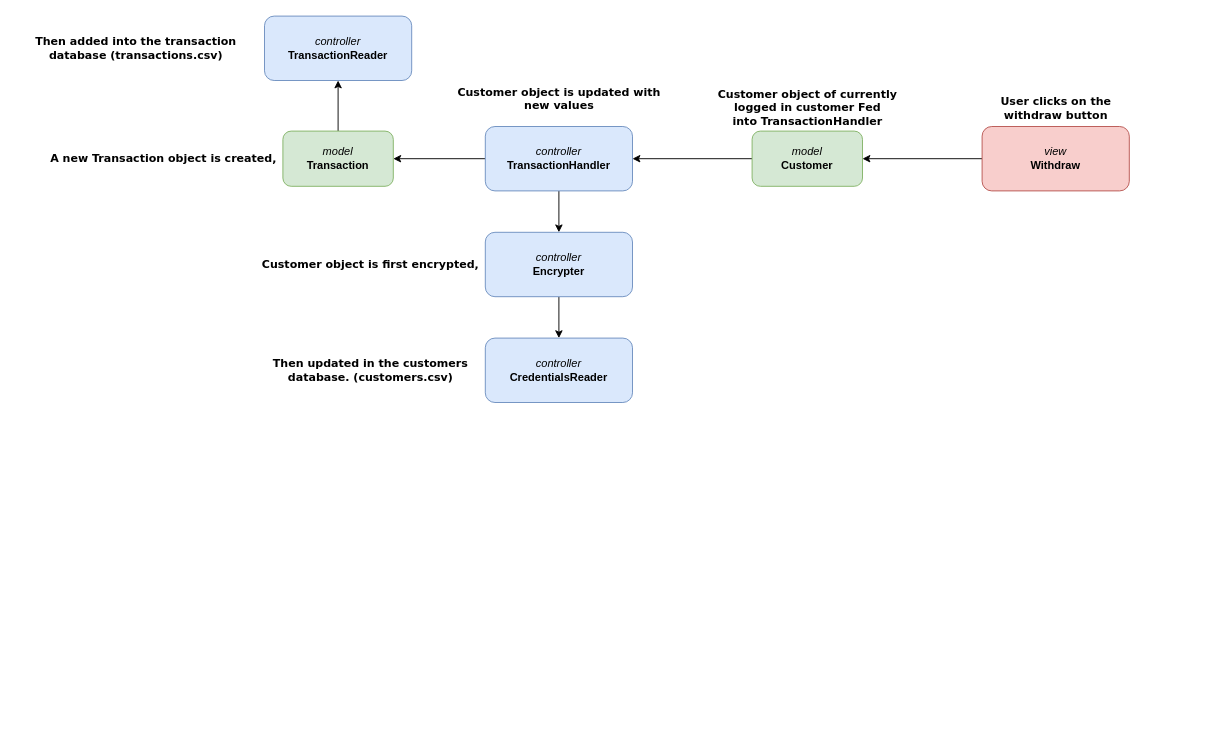
Earlier version of the draw.io diagram page "withdraw" (5 of 5) of data/UML.drawio (rawsashimi1604/1009_BankingSystem). Source tidied: cells renumbered, new cells numbered last; positions are measured from the earlier drawing's top-left corner, leaving out a move shared by most shapes. Both pictures are drawn from the tidied source at 92%, with x=0, y=0 at pixel (29, 16).
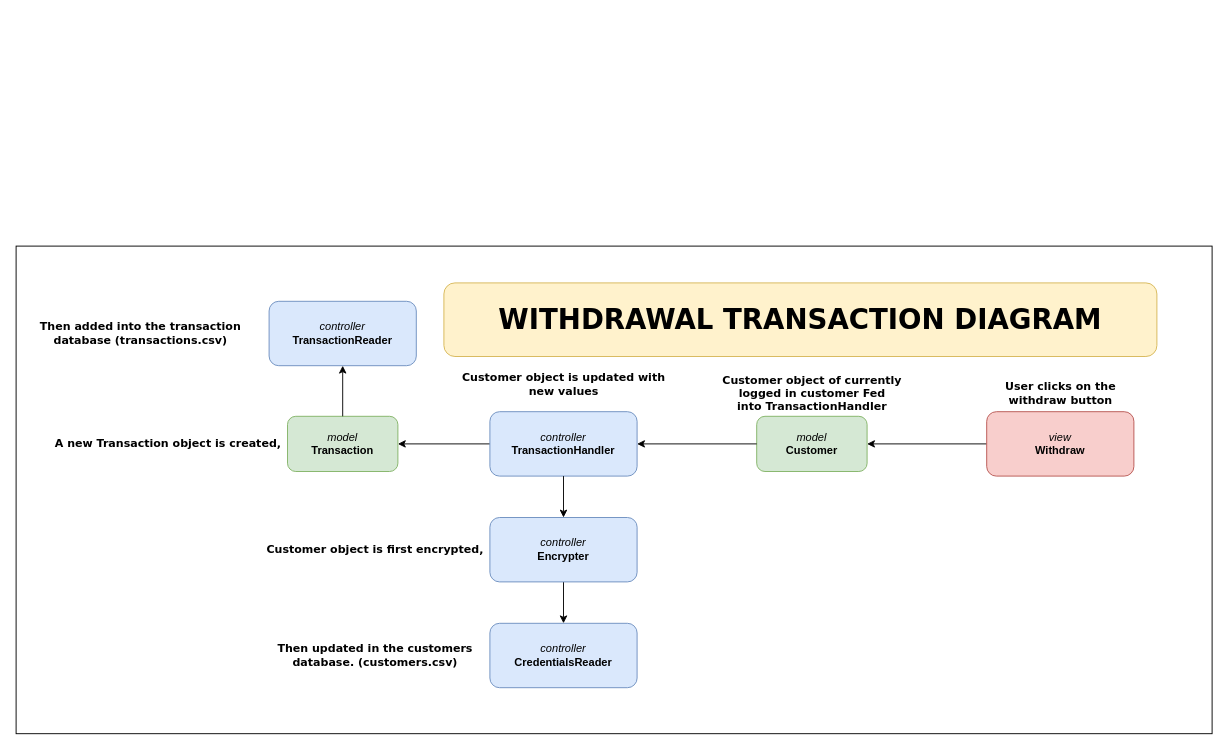
Above is the later version.

Commit message (it also covers changes not shown here):
removed tmp file from UML

The edit, as a diff of the source:
```diff
@@
-    <mxCell id="2" style="edgeStyle=orthogonalEdgeStyle;rounded=0;jettySize=auto;html=1;entryX=1;entryY=0.5;entryDx=0;entryDy=0;fontFamily=Verdana;" parent="1" edge="1" source="3" target="8">
-      <mxGeometry relative="1" as="geometry" />
-    </mxCell>
+    <mxCell id="22" style="group;" parent="1" vertex="1">
+      <mxGeometry x="5" y="290" width="1280" height="490" as="geometry" />
+    </mxCell>
+    <mxCell id="23" style="rounded=0;whiteSpace=wrap;html=1;fontFamily=Verdana;fontSize=30;" parent="22" vertex="1">
+      <mxGeometry x="-20" y="-40" width="1300" height="530" as="geometry" />
+    </mxCell>
+    <mxCell id="24" style="group;" parent="22" vertex="1">
+      <mxGeometry y="20" width="1195" height="420" as="geometry" />
+    </mxCell>
-    <mxCell id="3" value="&lt;i&gt;model&lt;/i&gt;&lt;br&gt;&lt;b&gt;Customer&lt;/b&gt;" style="rounded=1;whiteSpace=wrap;html=1;fillColor=#d5e8d4;strokeColor=#82b366;" parent="1" vertex="1">
+    <mxCell id="3" value="&lt;i&gt;model&lt;/i&gt;&lt;br&gt;&lt;b&gt;Customer&lt;/b&gt;" style="rounded=1;whiteSpace=wrap;html=1;fillColor=#d5e8d4;strokeColor=#82b366;" parent="24" vertex="1">
       <mxGeometry x="785" y="125" width="120" height="60" as="geometry" />
     </mxCell>
-    <mxCell id="4" style="edgeStyle=orthogonalEdgeStyle;rounded=0;jettySize=auto;html=1;entryX=0.5;entryY=1;entryDx=0;entryDy=0;fontFamily=Verdana;" parent="1" edge="1" source="5" target="10">
-      <mxGeometry relative="1" as="geometry" />
-    </mxCell>
-    <mxCell id="5" value="&lt;i&gt;model&lt;/i&gt;&lt;br&gt;&lt;b&gt;Transaction&lt;/b&gt;" style="rounded=1;whiteSpace=wrap;html=1;fillColor=#d5e8d4;strokeColor=#82b366;" parent="1" vertex="1">
+    <mxCell id="5" value="&lt;i&gt;model&lt;/i&gt;&lt;br&gt;&lt;b&gt;Transaction&lt;/b&gt;" style="rounded=1;whiteSpace=wrap;html=1;fillColor=#d5e8d4;strokeColor=#82b366;" parent="24" vertex="1">
       <mxGeometry x="275" y="125" width="120" height="60" as="geometry" />
     </mxCell>
-    <mxCell id="6" style="edgeStyle=orthogonalEdgeStyle;rounded=0;jettySize=auto;html=1;entryX=0.5;entryY=0;entryDx=0;entryDy=0;fontFamily=Verdana;" parent="1" edge="1" source="8" target="12">
-      <mxGeometry relative="1" as="geometry" />
-    </mxCell>
-    <mxCell id="7" style="edgeStyle=orthogonalEdgeStyle;rounded=0;jettySize=auto;html=1;entryX=1;entryY=0.5;entryDx=0;entryDy=0;fontFamily=Verdana;" parent="1" edge="1" source="8" target="5">
+    <mxCell id="7" style="edgeStyle=orthogonalEdgeStyle;rounded=0;jettySize=auto;html=1;entryX=1;entryY=0.5;entryDx=0;entryDy=0;fontFamily=Verdana;" parent="24" edge="1" source="8" target="5">
       <mxGeometry relative="1" as="geometry" />
     </mxCell>
-    <mxCell id="8" value="&lt;i&gt;controller&lt;/i&gt;&lt;br&gt;&lt;b&gt;TransactionHandler&lt;/b&gt;" style="rounded=1;whiteSpace=wrap;html=1;fillColor=#dae8fc;strokeColor=#6c8ebf;" parent="1" vertex="1">
+    <mxCell id="8" value="&lt;i&gt;controller&lt;/i&gt;&lt;br&gt;&lt;b&gt;TransactionHandler&lt;/b&gt;" style="rounded=1;whiteSpace=wrap;html=1;fillColor=#dae8fc;strokeColor=#6c8ebf;" parent="24" vertex="1">
       <mxGeometry x="495" y="120" width="160" height="70" as="geometry" />
     </mxCell>
+    <mxCell id="2" style="edgeStyle=orthogonalEdgeStyle;rounded=0;jettySize=auto;html=1;entryX=1;entryY=0.5;entryDx=0;entryDy=0;fontFamily=Verdana;" parent="24" edge="1" source="3" target="8">
+      <mxGeometry relative="1" as="geometry" />
+    </mxCell>
-    <mxCell id="9" value="&lt;i&gt;controller&lt;/i&gt;&lt;br&gt;&lt;b&gt;CredentialsReader&lt;/b&gt;" style="rounded=1;whiteSpace=wrap;html=1;fillColor=#dae8fc;strokeColor=#6c8ebf;" parent="1" vertex="1">
+    <mxCell id="9" value="&lt;i&gt;controller&lt;/i&gt;&lt;br&gt;&lt;b&gt;CredentialsReader&lt;/b&gt;" style="rounded=1;whiteSpace=wrap;html=1;fillColor=#dae8fc;strokeColor=#6c8ebf;" parent="24" vertex="1">
       <mxGeometry x="495" y="350" width="160" height="70" as="geometry" />
     </mxCell>
-    <mxCell id="10" value="&lt;i&gt;controller&lt;/i&gt;&lt;br&gt;&lt;b&gt;TransactionReader&lt;/b&gt;" style="rounded=1;whiteSpace=wrap;html=1;fillColor=#dae8fc;strokeColor=#6c8ebf;" parent="1" vertex="1">
+    <mxCell id="10" value="&lt;i&gt;controller&lt;/i&gt;&lt;br&gt;&lt;b&gt;TransactionReader&lt;/b&gt;" style="rounded=1;whiteSpace=wrap;html=1;fillColor=#dae8fc;strokeColor=#6c8ebf;" parent="24" vertex="1">
       <mxGeometry x="255" width="160" height="70" as="geometry" />
     </mxCell>
+    <mxCell id="4" style="edgeStyle=orthogonalEdgeStyle;rounded=0;jettySize=auto;html=1;entryX=0.5;entryY=1;entryDx=0;entryDy=0;fontFamily=Verdana;" parent="24" edge="1" source="5" target="10">
+      <mxGeometry relative="1" as="geometry" />
+    </mxCell>
-    <mxCell id="11" style="edgeStyle=orthogonalEdgeStyle;rounded=0;jettySize=auto;html=1;entryX=0.5;entryY=0;entryDx=0;entryDy=0;fontFamily=Verdana;" parent="1" edge="1" source="12" target="9">
+    <mxCell id="11" style="edgeStyle=orthogonalEdgeStyle;rounded=0;jettySize=auto;html=1;entryX=0.5;entryY=0;entryDx=0;entryDy=0;fontFamily=Verdana;" parent="24" edge="1" source="12" target="9">
       <mxGeometry relative="1" as="geometry" />
     </mxCell>
-    <mxCell id="12" value="&lt;i&gt;controller&lt;/i&gt;&lt;br&gt;&lt;b&gt;Encrypter&lt;/b&gt;" style="rounded=1;whiteSpace=wrap;html=1;fillColor=#dae8fc;strokeColor=#6c8ebf;" parent="1" vertex="1">
+    <mxCell id="12" value="&lt;i&gt;controller&lt;/i&gt;&lt;br&gt;&lt;b&gt;Encrypter&lt;/b&gt;" style="rounded=1;whiteSpace=wrap;html=1;fillColor=#dae8fc;strokeColor=#6c8ebf;" parent="24" vertex="1">
       <mxGeometry x="495" y="235" width="160" height="70" as="geometry" />
     </mxCell>
+    <mxCell id="6" style="edgeStyle=orthogonalEdgeStyle;rounded=0;jettySize=auto;html=1;entryX=0.5;entryY=0;entryDx=0;entryDy=0;fontFamily=Verdana;" parent="24" edge="1" source="8" target="12">
+      <mxGeometry relative="1" as="geometry" />
+    </mxCell>
-    <mxCell id="13" style="edgeStyle=orthogonalEdgeStyle;rounded=0;jettySize=auto;html=1;entryX=1;entryY=0.5;entryDx=0;entryDy=0;fontFamily=Verdana;" parent="1" edge="1" source="14" target="3">
+    <mxCell id="13" style="edgeStyle=orthogonalEdgeStyle;rounded=0;jettySize=auto;html=1;entryX=1;entryY=0.5;entryDx=0;entryDy=0;fontFamily=Verdana;" parent="24" edge="1" source="14" target="3">
       <mxGeometry relative="1" as="geometry" />
     </mxCell>
-    <mxCell id="14" value="&lt;i&gt;view&lt;/i&gt;&lt;br&gt;&lt;b&gt;Withdraw&lt;/b&gt;" style="rounded=1;whiteSpace=wrap;html=1;fillColor=#f8cecc;strokeColor=#b85450;" parent="1" vertex="1">
+    <mxCell id="14" value="&lt;i&gt;view&lt;/i&gt;&lt;br&gt;&lt;b&gt;Withdraw&lt;/b&gt;" style="rounded=1;whiteSpace=wrap;html=1;fillColor=#f8cecc;strokeColor=#b85450;" parent="24" vertex="1">
       <mxGeometry x="1035" y="120" width="160" height="70" as="geometry" />
     </mxCell>
-    <mxCell id="15" value="&lt;b&gt;&lt;font face=&quot;Verdana&quot;&gt;User clicks on the &lt;br&gt;withdraw button&lt;/font&gt;&lt;/b&gt;" style="text;html=1;align=center;verticalAlign=middle;strokeColor=none;fillColor=none;" parent="1" vertex="1">
+    <mxCell id="15" value="&lt;b&gt;&lt;font face=&quot;Verdana&quot;&gt;User clicks on the &lt;br&gt;withdraw button&lt;/font&gt;&lt;/b&gt;" style="text;html=1;align=center;verticalAlign=middle;strokeColor=none;fillColor=none;" parent="24" vertex="1">
       <mxGeometry x="1050" y="85" width="130" height="30" as="geometry" />
     </mxCell>
-    <mxCell id="16" value="&lt;font face=&quot;Verdana&quot;&gt;&lt;b&gt;Customer object of currently &lt;br&gt;logged in customer&amp;nbsp;&lt;/b&gt;&lt;b&gt;Fed &lt;br&gt;into TransactionHandler&lt;/b&gt;&lt;/font&gt;" style="text;html=1;align=center;verticalAlign=middle;strokeColor=none;fillColor=none;" parent="1" vertex="1">
+    <mxCell id="16" value="&lt;font face=&quot;Verdana&quot;&gt;&lt;b&gt;Customer object of currently &lt;br&gt;logged in customer&amp;nbsp;&lt;/b&gt;&lt;b&gt;Fed &lt;br&gt;into TransactionHandler&lt;/b&gt;&lt;/font&gt;" style="text;html=1;align=center;verticalAlign=middle;strokeColor=none;fillColor=none;" parent="24" vertex="1">
       <mxGeometry x="740" y="75" width="210" height="50" as="geometry" />
     </mxCell>
-    <mxCell id="17" value="&lt;font face=&quot;Verdana&quot;&gt;&lt;b&gt;Customer object is updated with&lt;br&gt;new values&lt;/b&gt;&lt;/font&gt;" style="text;html=1;align=center;verticalAlign=middle;strokeColor=none;fillColor=none;" parent="1" vertex="1">
+    <mxCell id="17" value="&lt;font face=&quot;Verdana&quot;&gt;&lt;b&gt;Customer object is updated with&lt;br&gt;new values&lt;/b&gt;&lt;/font&gt;" style="text;html=1;align=center;verticalAlign=middle;strokeColor=none;fillColor=none;" parent="24" vertex="1">
       <mxGeometry x="460" y="75" width="230" height="30" as="geometry" />
     </mxCell>
-    <mxCell id="18" value="&lt;font face=&quot;Verdana&quot;&gt;&lt;b&gt;Customer object is first encrypted,&lt;/b&gt;&lt;/font&gt;" style="text;html=1;align=center;verticalAlign=middle;strokeColor=none;fillColor=none;" parent="1" vertex="1">
+    <mxCell id="18" value="&lt;font face=&quot;Verdana&quot;&gt;&lt;b&gt;Customer object is first encrypted,&lt;/b&gt;&lt;/font&gt;" style="text;html=1;align=center;verticalAlign=middle;strokeColor=none;fillColor=none;" parent="24" vertex="1">
       <mxGeometry x="245" y="260" width="250" height="20" as="geometry" />
     </mxCell>
-    <mxCell id="19" value="&lt;font face=&quot;Verdana&quot;&gt;&lt;b&gt;Then updated in the customers &lt;br&gt;database. (customers.csv)&lt;/b&gt;&lt;/font&gt;" style="text;html=1;align=center;verticalAlign=middle;strokeColor=none;fillColor=none;" parent="1" vertex="1">
+    <mxCell id="19" value="&lt;font face=&quot;Verdana&quot;&gt;&lt;b&gt;Then updated in the customers &lt;br&gt;database. (customers.csv)&lt;/b&gt;&lt;/font&gt;" style="text;html=1;align=center;verticalAlign=middle;strokeColor=none;fillColor=none;" parent="24" vertex="1">
       <mxGeometry x="255" y="370" width="230" height="30" as="geometry" />
     </mxCell>
-    <mxCell id="20" value="&lt;font face=&quot;Verdana&quot;&gt;&lt;b&gt;A new Transaction object is created,&lt;/b&gt;&lt;/font&gt;" style="text;html=1;align=center;verticalAlign=middle;strokeColor=none;fillColor=none;" parent="1" vertex="1">
+    <mxCell id="20" value="&lt;font face=&quot;Verdana&quot;&gt;&lt;b&gt;A new Transaction object is created,&lt;/b&gt;&lt;/font&gt;" style="text;html=1;align=center;verticalAlign=middle;strokeColor=none;fillColor=none;" parent="24" vertex="1">
       <mxGeometry x="15" y="145" width="260" height="20" as="geometry" />
     </mxCell>
-    <mxCell id="21" value="&lt;font face=&quot;Verdana&quot;&gt;&lt;b&gt;Then added into the transaction&lt;br&gt;database (transactions.csv)&lt;br&gt;&lt;/b&gt;&lt;/font&gt;" style="text;html=1;align=center;verticalAlign=middle;strokeColor=none;fillColor=none;" parent="1" vertex="1">
+    <mxCell id="21" value="&lt;font face=&quot;Verdana&quot;&gt;&lt;b&gt;Then added into the transaction&lt;br&gt;database (transactions.csv)&lt;br&gt;&lt;/b&gt;&lt;/font&gt;" style="text;html=1;align=center;verticalAlign=middle;strokeColor=none;fillColor=none;" parent="24" vertex="1">
       <mxGeometry y="20" width="230" height="30" as="geometry" />
     </mxCell>
+    <mxCell id="25" value="&lt;font style=&quot;font-size: 30px&quot;&gt;&lt;b&gt;WITHDRAWAL TRANSACTION DIAGRAM&lt;/b&gt;&lt;/font&gt;" style="rounded=1;whiteSpace=wrap;html=1;fontFamily=Verdana;fillColor=#fff2cc;strokeColor=#d6b656;" parent="22" vertex="1">
+      <mxGeometry x="445" width="775" height="80" as="geometry" />
+    </mxCell>
```
